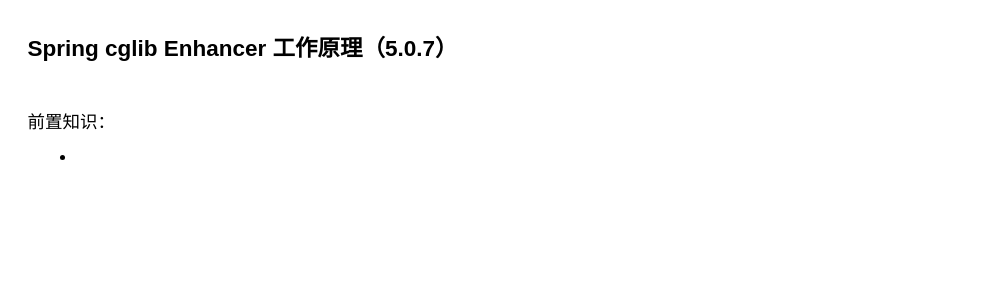
This is graph/CglibEnhancer.drawio from kwseeker/spring-analysis, a draw.io file, before an edit. Source tidied: cells renumbered, new cells numbered last; positions are measured from the earlier drawing's top-left corner, leaving out a move shared by most shapes. Both pictures are drawn from the tidied source at 125%, with x=0, y=0 at pixel (21, 34).
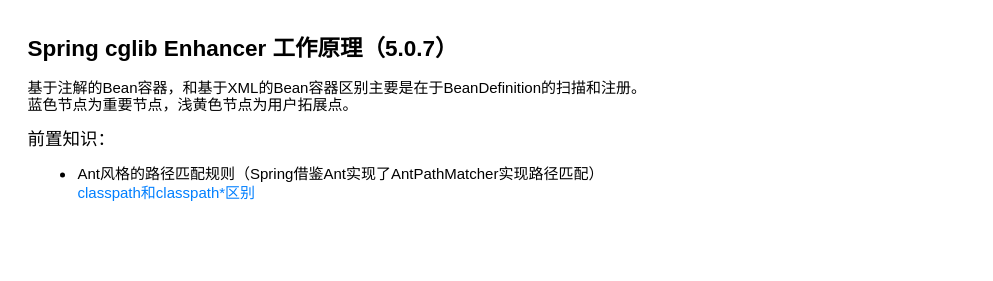
After the change.

Diff of the diagram source:
```diff
@@
 <mxGraphModel>
   <root>
     <mxCell id="0" />
     <mxCell id="1" parent="0" />
-    <mxCell id="2" value="&lt;h1 style=&quot;font-size: 18px&quot;&gt;&lt;font style=&quot;font-size: 18px&quot;&gt;Spring cglib Enhancer 工作原理（5.0.7）&lt;/font&gt;&lt;/h1&gt;&lt;div&gt;&lt;br&gt;&lt;/div&gt;&lt;p&gt;&lt;font style=&quot;font-size: 14px&quot;&gt;前置知识：&lt;/font&gt;&lt;/p&gt;&lt;ul&gt;&lt;li&gt;&lt;br&gt;&lt;/li&gt;&lt;/ul&gt;&lt;p&gt;&lt;/p&gt;" style="text;html=1;strokeColor=none;fillColor=none;spacing=5;spacingTop=-20;whiteSpace=wrap;overflow=hidden;rounded=0;" parent="1" vertex="1">
+    <mxCell id="2" value="&lt;h1 style=&quot;font-size: 18px&quot;&gt;&lt;font style=&quot;font-size: 18px&quot;&gt;Spring cglib Enhancer 工作原理（5.0.7）&lt;/font&gt;&lt;/h1&gt;&lt;div&gt;&lt;font style=&quot;font-size: 12px&quot;&gt;基于注解的Bean容器，和基于XML的Bean容器区别主要是在于BeanDefinition的扫描和注册。&lt;br&gt;蓝色节点为重要节点，浅黄色节点为用户拓展点。&lt;/font&gt;&lt;/div&gt;&lt;p&gt;&lt;font style=&quot;font-size: 14px&quot;&gt;前置知识：&lt;/font&gt;&lt;/p&gt;&lt;ul&gt;&lt;li&gt;Ant风格的路径匹配规则（Spring借鉴Ant实现了AntPathMatcher实现路径匹配）&lt;br&gt;&lt;font color=&quot;#007fff&quot;&gt;classpath和classpath*区别&lt;/font&gt;&lt;br&gt;&lt;/li&gt;&lt;/ul&gt;&lt;p&gt;&lt;/p&gt;" style="text;html=1;strokeColor=none;fillColor=none;spacing=5;spacingTop=-20;whiteSpace=wrap;overflow=hidden;rounded=0;" parent="1" vertex="1">
       <mxGeometry width="760" height="181" as="geometry" />
     </mxCell>
   </root>
 </mxGraphModel>
```
